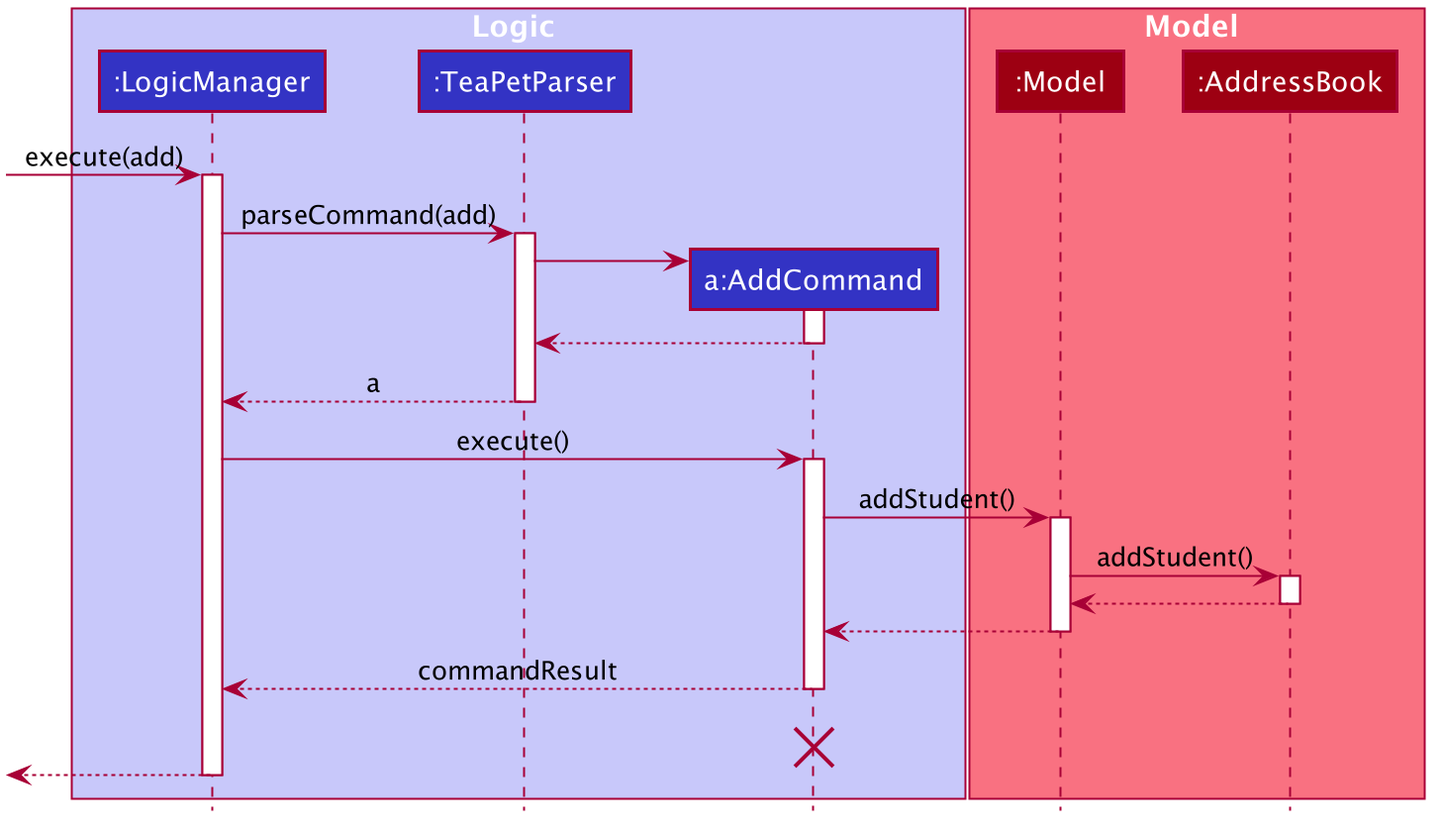
Above: docs/images/AddSequenceDiagram.png in tingalinga/main (PlantUML), before the change. The source it was exported from:
```plantuml
@startuml








skinparam BackgroundColor #FFFFFFF

skinparam Shadowing false

skinparam Class {
    FontColor #FFFFFF
    BorderThickness 1
    BorderColor #FFFFFF
    StereotypeFontColor #FFFFFF
    FontName Arial
}

skinparam Actor {
    BorderColor #000000
    Color #000000
    FontName Arial
}

skinparam Sequence {
    MessageAlign center
    BoxFontSize 15
    BoxPadding 0
    BoxFontColor #FFFFFF
    FontName Arial
}

skinparam Participant {
    FontColor #FFFFFFF
    Padding 20
}

skinparam MinClassWidth 50
skinparam ParticipantPadding 10
skinparam Shadowing false
skinparam DefaultTextAlignment center
skinparam packageStyle Rectangle

hide footbox
hide members
hide circle

box Logic #C8C8FA
participant ":LogicManager" as LogicManager #3333C4
participant ":TeaPetParser" as TeaPetParser #3333C4
participant "a:AddCommand" as AddCommand #3333C4
end box

box Model #F97181
participant ":Model" as Model #9D0012
participant ":AddressBook" as AddressBook #9D0012
end box
[-> LogicManager : execute(add)
activate LogicManager

LogicManager -> TeaPetParser : parseCommand(add)
activate TeaPetParser

create AddCommand
TeaPetParser -> AddCommand
activate AddCommand

AddCommand --> TeaPetParser
deactivate AddCommand

TeaPetParser --> LogicManager : a
deactivate TeaPetParser

LogicManager -> AddCommand : execute()
activate AddCommand

AddCommand-> Model : addStudent()
activate Model

Model -> AddressBook : addStudent()
activate AddressBook

AddressBook --> Model
deactivate AddressBook

Model --> AddCommand
deactivate Model

AddCommand --> LogicManager : commandResult
deactivate AddCommand
AddCommand -[hidden]-> LogicManager : commandResult
destroy AddCommand

[<--LogicManager
deactivate LogicManager
@enduml
```
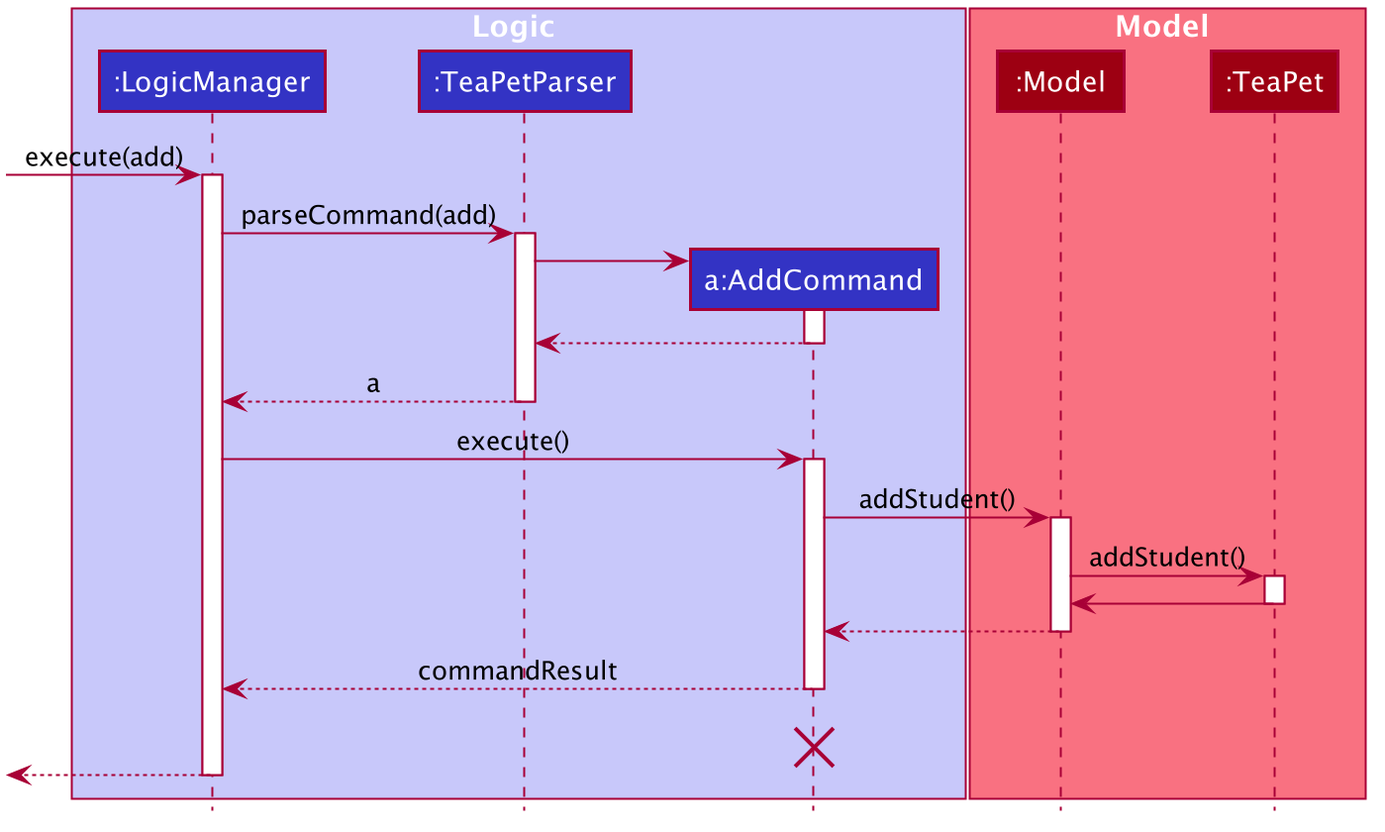
Above is the later version.

Diff of the diagram source:
```diff
@@ -56,7 +56,7 @@
 
 box Model #F97181
 participant ":Model" as Model #9D0012
-participant ":AddressBook" as AddressBook #9D0012
+participant ":TeaPet" as TeaPet #9D0012
 end box
 [-> LogicManager : execute(add)
 activate LogicManager
@@ -80,11 +80,11 @@
 AddCommand-> Model : addStudent()
 activate Model
 
-Model -> AddressBook : addStudent()
-activate AddressBook
+Model -> TeaPet : addStudent()
+activate TeaPet
 
-AddressBook --> Model
-deactivate AddressBook
+TeaPet-> Model
+deactivate TeaPet
 
 Model --> AddCommand
 deactivate Model
```
